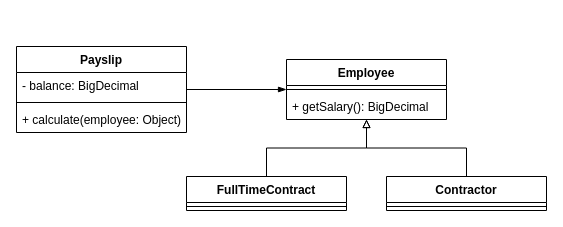
This is page "OCP - after" (4 of 11) of diagrams/solid-diagrams.drawio from mauriciogeneroso/solid-principles, a draw.io file, before an edit. Source tidied: cells renumbered, new cells numbered last; positions are measured from the earlier drawing's top-left corner, leaving out a move shared by most shapes. Both pictures are drawn from the tidied source at 100%, with x=0, y=0 at pixel (16, 46).
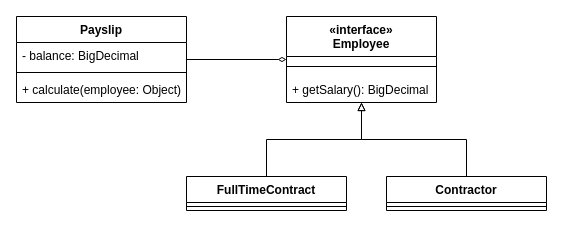
Above is the later version.

Change to the diagram source:
```diff
@@
 <mxGraphModel>
   <root>
     <mxCell id="0" />
     <mxCell id="1" parent="0" />
     <mxCell id="2" style="edgeStyle=orthogonalEdgeStyle;rounded=0;jettySize=auto;html=1;endArrow=block;endFill=0;strokeColor=default;" parent="1" edge="1" source="3" target="13">
       <mxGeometry relative="1" as="geometry" />
     </mxCell>
     <mxCell id="3" value="FullTimeContract" style="swimlane;fontStyle=1;align=center;verticalAlign=top;horizontal=1;startSize=26;" parent="1" vertex="1">
       <mxGeometry x="170" y="130" width="160" height="34" as="geometry" />
     </mxCell>
     <mxCell id="4" style="line;strokeWidth=1;fillColor=none;align=left;verticalAlign=middle;spacingTop=-1;spacingLeft=3;spacingRight=3;labelPosition=right;" parent="3" vertex="1">
       <mxGeometry y="26" width="160" height="8" as="geometry" />
     </mxCell>
     <mxCell id="5" style="edgeStyle=orthogonalEdgeStyle;rounded=0;jettySize=auto;html=1;endArrow=block;endFill=0;strokeColor=default;" parent="1" edge="1" source="6" target="13">
       <mxGeometry relative="1" as="geometry" />
     </mxCell>
     <mxCell id="6" value="Contractor" style="swimlane;fontStyle=1;align=center;verticalAlign=top;horizontal=1;startSize=26;" parent="1" vertex="1">
       <mxGeometry x="370" y="130" width="160" height="34" as="geometry" />
     </mxCell>
     <mxCell id="7" style="line;strokeWidth=1;fillColor=none;align=left;verticalAlign=middle;spacingTop=-1;spacingLeft=3;spacingRight=3;labelPosition=right;" parent="6" vertex="1">
       <mxGeometry y="26" width="160" height="8" as="geometry" />
     </mxCell>
-    <mxCell id="8" style="edgeStyle=orthogonalEdgeStyle;rounded=0;jettySize=auto;html=1;entryX=0;entryY=0.5;entryDx=0;entryDy=0;endArrow=blockThin;endFill=1;strokeColor=default;" parent="1" edge="1" source="9" target="13">
+    <mxCell id="8" style="edgeStyle=orthogonalEdgeStyle;rounded=0;jettySize=auto;html=1;entryX=0;entryY=0.5;entryDx=0;entryDy=0;endArrow=diamondThin;endFill=0;strokeColor=default;" parent="1" edge="1" source="9" target="13">
       <mxGeometry relative="1" as="geometry" />
     </mxCell>
     <mxCell id="9" value="Payslip" style="swimlane;fontStyle=1;align=center;verticalAlign=top;horizontal=1;startSize=26;" parent="1" vertex="1">
-      <mxGeometry width="170" height="86" as="geometry" />
+      <mxGeometry y="-30" width="170" height="86" as="geometry" />
     </mxCell>
     <mxCell id="10" value="- balance: BigDecimal" style="text;strokeColor=none;fillColor=none;align=left;verticalAlign=top;spacingLeft=4;spacingRight=4;overflow=hidden;" parent="9" vertex="1">
       <mxGeometry y="26" width="170" height="26" as="geometry" />
     </mxCell>
     <mxCell id="11" style="line;strokeWidth=1;fillColor=none;align=left;verticalAlign=middle;spacingTop=-1;spacingLeft=3;spacingRight=3;labelPosition=right;" parent="9" vertex="1">
       <mxGeometry y="52" width="170" height="8" as="geometry" />
     </mxCell>
     <mxCell id="12" value="+ calculate(employee: Object)" style="text;strokeColor=none;fillColor=none;align=left;verticalAlign=top;spacingLeft=4;spacingRight=4;overflow=hidden;" parent="9" vertex="1">
       <mxGeometry y="60" width="170" height="26" as="geometry" />
     </mxCell>
-    <mxCell id="13" value="Employee" style="swimlane;fontStyle=1;align=center;verticalAlign=top;horizontal=1;startSize=26;" parent="1" vertex="1">
-      <mxGeometry x="270" y="13" width="160" height="60" as="geometry" />
+    <mxCell id="13" value="«interface»&#10;Employee" style="swimlane;fontStyle=1;align=center;verticalAlign=top;horizontal=1;startSize=40;" parent="1" vertex="1">
+      <mxGeometry x="270" y="-30" width="150" height="86" as="geometry" />
     </mxCell>
     <mxCell id="14" style="line;strokeWidth=1;fillColor=none;align=left;verticalAlign=middle;spacingTop=-1;spacingLeft=3;spacingRight=3;labelPosition=right;" parent="13" vertex="1">
-      <mxGeometry y="26" width="160" height="8" as="geometry" />
+      <mxGeometry y="40" width="150" height="20" as="geometry" />
     </mxCell>
     <mxCell id="15" value="+ getSalary(): BigDecimal" style="text;strokeColor=none;fillColor=none;align=left;verticalAlign=top;spacingLeft=4;spacingRight=4;overflow=hidden;" parent="13" vertex="1">
-      <mxGeometry y="34" width="160" height="26" as="geometry" />
+      <mxGeometry y="60" width="150" height="26" as="geometry" />
     </mxCell>
   </root>
 </mxGraphModel>
```
